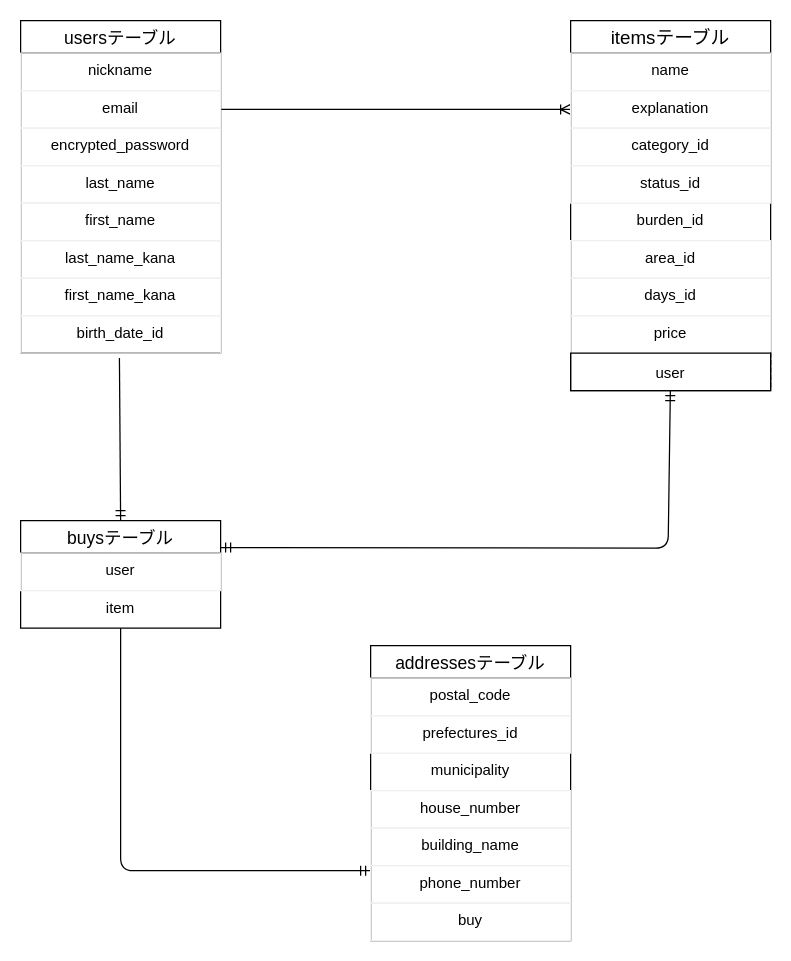
Before: furima.dio in MatsuYuu/furima-31100, a draw.io diagram. Source tidied: cells renumbered, new cells numbered last; positions are measured from the earlier drawing's top-left corner, leaving out a move shared by most shapes. Both pictures are drawn from the tidied source at 125%, with x=0, y=0 at pixel (20, 20).
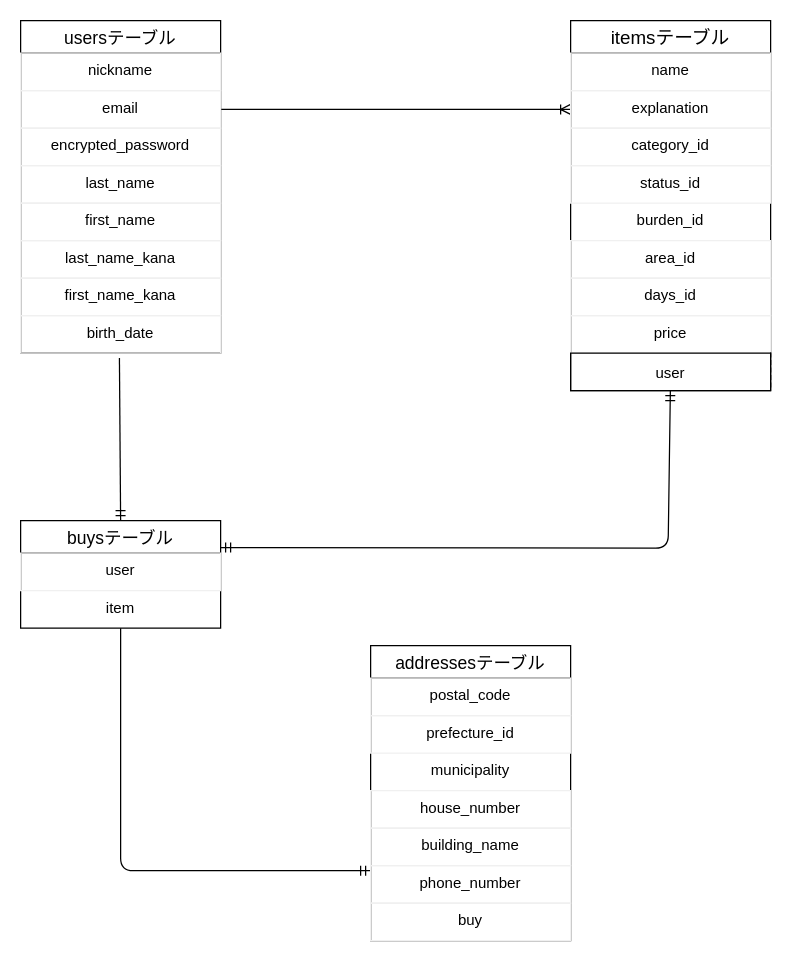
Above is the later version.

Unchanged cells that the change refers to:
```xml
<mxCell id="7" value="usersテーブル" style="swimlane;fontStyle=0;horizontal=1;startSize=26;align=center;fontSize=14;" parent="1" vertex="1">
  <mxGeometry width="160" height="266" as="geometry" />
</mxCell>
<mxCell id="30" value="addressesテーブル" style="swimlane;fontStyle=0;horizontal=1;startSize=26;align=center;fontSize=14;" parent="1" vertex="1">
  <mxGeometry x="280" y="500" width="160" height="236" as="geometry" />
</mxCell>
```

What changed in the source:
```diff
@@
-    <mxCell id="15" value="birth_date_id" style="text;fillColor=none;spacingLeft=4;spacingRight=4;overflow=hidden;points=[[0,0.5],[1,0.5]];portConstraint=eastwest;fontSize=12;strokeColor=#f0f0f0;align=center;" parent="7" vertex="1">
+    <mxCell id="15" value="birth_date" style="text;fillColor=none;spacingLeft=4;spacingRight=4;overflow=hidden;points=[[0,0.5],[1,0.5]];portConstraint=eastwest;fontSize=12;strokeColor=#f0f0f0;align=center;" parent="7" vertex="1">
       <mxGeometry y="236" width="160" height="30" as="geometry" />
     </mxCell>
@@
-    <mxCell id="32" value="prefectures_id" style="text;fillColor=none;spacingLeft=4;spacingRight=4;overflow=hidden;fontSize=12;align=center;strokeColor=#f0f0f0;" parent="30" vertex="1">
+    <mxCell id="32" value="prefecture_id" style="text;fillColor=none;spacingLeft=4;spacingRight=4;overflow=hidden;fontSize=12;align=center;strokeColor=#f0f0f0;" parent="30" vertex="1">
       <mxGeometry y="56" width="160" height="30" as="geometry" />
     </mxCell>
```
